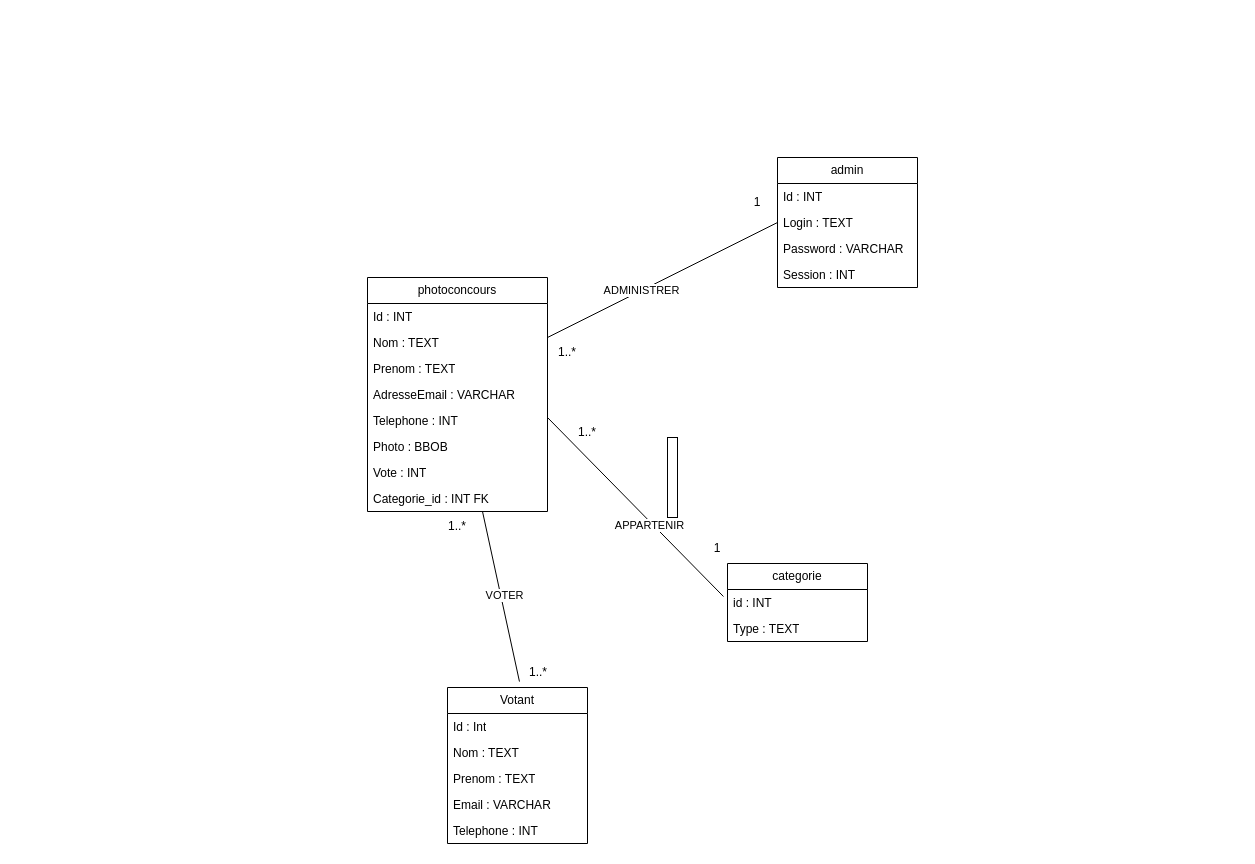
Above: Diagramme sans nom.drawio in Bastien64/StudioImageInConcoursV2 (draw.io), before the change. Source tidied: cells renumbered, new cells numbered last; positions are measured from the earlier drawing's top-left corner, leaving out a move shared by most shapes. Both pictures are drawn from the tidied source at 100%, with x=0, y=0 at pixel (367, 157).
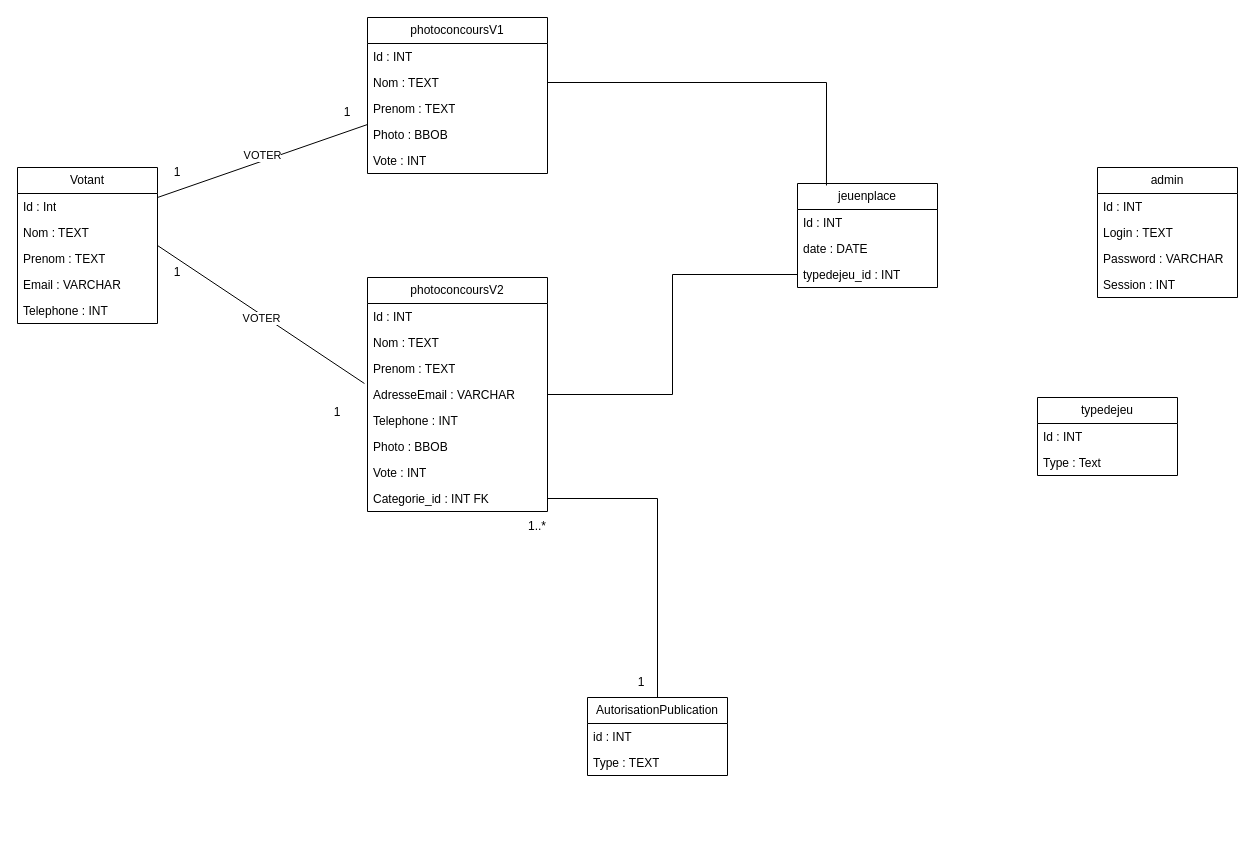
After the change.

Commit message:
Mettre à jour Diagramme sans nom.drawio

Unchanged cells that the change refers to:
```xml
<mxCell id="6" value="AdresseEmail : VARCHAR" style="text;strokeColor=none;fillColor=none;align=left;verticalAlign=top;spacingLeft=4;spacingRight=4;overflow=hidden;points=[[0,0.5],[1,0.5]];portConstraint=eastwest;whiteSpace=wrap;html=1;" parent="2" vertex="1">
  <mxGeometry y="104" width="180" height="26" as="geometry" />
</mxCell>
<mxCell id="10" value="Categorie_id : INT FK" style="text;strokeColor=none;fillColor=none;align=left;verticalAlign=top;spacingLeft=4;spacingRight=4;overflow=hidden;points=[[0,0.5],[1,0.5]];portConstraint=eastwest;whiteSpace=wrap;html=1;" parent="2" vertex="1">
  <mxGeometry y="208" width="180" height="26" as="geometry" />
</mxCell>
<mxCell id="17" value="id : INT" style="text;strokeColor=none;fillColor=none;align=left;verticalAlign=top;spacingLeft=4;spacingRight=4;overflow=hidden;points=[[0,0.5],[1,0.5]];portConstraint=eastwest;whiteSpace=wrap;html=1;" parent="16" vertex="1">
  <mxGeometry y="26" width="140" height="26" as="geometry" />
</mxCell>
```

What changed in the source:
```diff
@@
-    <mxCell id="2" value="photoconcours" style="swimlane;fontStyle=0;horizontal=1;startSize=26;fillColor=none;whiteSpace=wrap;html=1;" parent="1" vertex="1">
+    <mxCell id="2" value="photoconcoursV2" style="swimlane;fontStyle=0;horizontal=1;startSize=26;fillColor=none;whiteSpace=wrap;html=1;" parent="1" vertex="1">
       <mxGeometry y="120" width="180" height="234" as="geometry" />
     </mxCell>
@@
-    <mxCell id="11" value="admin" style="swimlane;fontStyle=0;horizontal=1;startSize=26;fillColor=none;whiteSpace=wrap;html=1;" parent="1" vertex="1">
-      <mxGeometry x="410" width="140" height="130" as="geometry" />
-    </mxCell>
-    <mxCell id="12" value="Id : INT" style="text;strokeColor=none;fillColor=none;align=left;verticalAlign=top;spacingLeft=4;spacingRight=4;overflow=hidden;whiteSpace=wrap;html=1;" parent="11" vertex="1">
-      <mxGeometry y="26" width="140" height="26" as="geometry" />
-    </mxCell>
-    <mxCell id="13" value="Login : TEXT" style="text;strokeColor=none;fillColor=none;align=left;verticalAlign=top;spacingLeft=4;spacingRight=4;overflow=hidden;points=[[0,0.5],[1,0.5]];portConstraint=eastwest;whiteSpace=wrap;html=1;" parent="11" vertex="1">
-      <mxGeometry y="52" width="140" height="26" as="geometry" />
-    </mxCell>
-    <mxCell id="14" value="Password : VARCHAR" style="text;strokeColor=none;fillColor=none;align=left;verticalAlign=top;spacingLeft=4;spacingRight=4;overflow=hidden;whiteSpace=wrap;html=1;" parent="11" vertex="1">
-      <mxGeometry y="78" width="140" height="26" as="geometry" />
-    </mxCell>
-    <mxCell id="15" value="Session : INT" style="text;strokeColor=none;fillColor=none;align=left;verticalAlign=top;spacingLeft=4;spacingRight=4;overflow=hidden;whiteSpace=wrap;html=1;" parent="11" vertex="1">
-      <mxGeometry y="104" width="140" height="26" as="geometry" />
-    </mxCell>
+    <mxCell id="38" style="edgeStyle=orthogonalEdgeStyle;rounded=0;jettySize=auto;html=1;endArrow=none;endFill=0;" parent="1" edge="1" source="16" target="10">
+      <mxGeometry relative="1" as="geometry" />
+    </mxCell>
-    <mxCell id="16" value="categorie" style="swimlane;fontStyle=0;horizontal=1;startSize=26;fillColor=none;whiteSpace=wrap;html=1;" parent="1" vertex="1">
-      <mxGeometry x="360" y="406" width="140" height="78" as="geometry" />
+    <mxCell id="16" value="AutorisationPublication" style="swimlane;fontStyle=0;horizontal=1;startSize=26;fillColor=none;whiteSpace=wrap;html=1;" parent="1" vertex="1">
+      <mxGeometry x="220" y="540" width="140" height="78" as="geometry" />
     </mxCell>
@@
-    <mxCell id="19" style="endArrow=none;html=1;rounded=0;entryX=0;entryY=0.5;entryDx=0;entryDy=0;" parent="1" edge="1" target="13">
-      <mxGeometry relative="1" as="geometry">
-        <mxPoint x="180" y="180" as="sourcePoint" />
-      </mxGeometry>
-    </mxCell>
-    <mxCell id="20" value="ADMINISTRER" style="edgeLabel;html=1;align=center;verticalAlign=middle;" parent="19" vertex="1">
-      <mxGeometry x="-0.18" y="1" relative="1" as="geometry" />
-    </mxCell>
-    <mxCell id="21" style="endArrow=none;html=1;rounded=0;entryX=-0.029;entryY=0.269;entryDx=0;entryDy=0;entryPerimeter=0;" parent="1" edge="1" target="17">
-      <mxGeometry relative="1" as="geometry">
-        <mxPoint x="180" y="260" as="sourcePoint" />
-      </mxGeometry>
-    </mxCell>
-    <mxCell id="22" value="APPARTENIR" style="edgeLabel;html=1;align=center;verticalAlign=middle;" parent="21" vertex="1">
-      <mxGeometry x="0.18" y="-3" relative="1" as="geometry" />
-    </mxCell>
-    <mxCell id="23" value="1" style="text;html=1;strokeColor=none;fillColor=none;align=center;verticalAlign=middle;whiteSpace=wrap;rounded=0;" parent="1" vertex="1">
-      <mxGeometry x="360" y="30" width="60" height="30" as="geometry" />
-    </mxCell>
-    <mxCell id="24" value="1..*" style="text;html=1;strokeColor=none;fillColor=none;align=center;verticalAlign=middle;whiteSpace=wrap;rounded=0;" parent="1" vertex="1">
-      <mxGeometry x="170" y="180" width="60" height="30" as="geometry" />
-    </mxCell>
-    <mxCell id="25" value="1..*" style="text;html=1;strokeColor=none;fillColor=none;align=center;verticalAlign=middle;whiteSpace=wrap;rounded=0;" parent="1" vertex="1">
-      <mxGeometry x="60" y="354" width="60" height="30" as="geometry" />
+    <mxCell id="25" value="1" style="text;html=1;strokeColor=none;fillColor=none;align=center;verticalAlign=middle;whiteSpace=wrap;rounded=0;" parent="1" vertex="1">
+      <mxGeometry x="-220" y="100" width="60" height="30" as="geometry" />
     </mxCell>
     <mxCell id="26" value="1" style="text;html=1;strokeColor=none;fillColor=none;align=center;verticalAlign=middle;whiteSpace=wrap;rounded=0;" parent="1" vertex="1">
-      <mxGeometry x="320" y="376" width="60" height="30" as="geometry" />
+      <mxGeometry x="244" y="510" width="60" height="30" as="geometry" />
     </mxCell>
     <mxCell id="27" value="Votant" style="swimlane;fontStyle=0;horizontal=1;startSize=26;fillColor=none;whiteSpace=wrap;html=1;" parent="1" vertex="1">
-      <mxGeometry x="80" y="530" width="140" height="156" as="geometry" />
+      <mxGeometry x="-350" y="10" width="140" height="156" as="geometry" />
     </mxCell>
@@
-    <mxCell id="33" style="endArrow=none;html=1;rounded=0;exitX=0.514;exitY=-0.038;exitDx=0;exitDy=0;exitPerimeter=0;" parent="1" edge="1" source="27">
-      <mxGeometry relative="1" as="geometry">
-        <mxPoint x="115" y="354" as="targetPoint" />
-      </mxGeometry>
+    <mxCell id="33" style="endArrow=none;html=1;rounded=0;exitX=1;exitY=0.5;exitDx=0;exitDy=0;entryX=-0.017;entryY=0.077;entryDx=0;entryDy=0;entryPerimeter=0;" parent="1" edge="1" source="27" target="6">
+      <mxGeometry relative="1" as="geometry" />
     </mxCell>
@@
     <mxCell id="35" value="1..*" style="text;html=1;strokeColor=none;fillColor=none;align=center;verticalAlign=middle;whiteSpace=wrap;rounded=0;" parent="1" vertex="1">
-      <mxGeometry x="190" y="260" width="60" height="30" as="geometry" />
+      <mxGeometry x="140" y="354" width="60" height="30" as="geometry" />
     </mxCell>
-    <mxCell id="36" value="1..*" style="text;html=1;strokeColor=none;fillColor=none;align=center;verticalAlign=middle;whiteSpace=wrap;rounded=0;" parent="1" vertex="1">
-      <mxGeometry x="141" y="500" width="60" height="30" as="geometry" />
+    <mxCell id="36" value="1" style="text;html=1;strokeColor=none;fillColor=none;align=center;verticalAlign=middle;whiteSpace=wrap;rounded=0;" parent="1" vertex="1">
+      <mxGeometry x="-60" y="240" width="60" height="30" as="geometry" />
     </mxCell>
-    <mxCell id="37" style="html=1;perimeter=orthogonalPerimeter;targetShapes=umlLifeline;newEdgeStyle={&quot;curved&quot;:0,&quot;rounded&quot;:0};" parent="1" vertex="1">
-      <mxGeometry x="300" y="280" width="10" height="80" as="geometry" />
-    </mxCell>
+    <mxCell id="39" value="photoconcoursV1" style="swimlane;fontStyle=0;horizontal=1;startSize=26;fillColor=none;whiteSpace=wrap;html=1;" parent="1" vertex="1">
+      <mxGeometry y="-140" width="180" height="156" as="geometry" />
+    </mxCell>
+    <mxCell id="40" value="Id : INT" style="text;strokeColor=none;fillColor=none;align=left;verticalAlign=top;spacingLeft=4;spacingRight=4;overflow=hidden;whiteSpace=wrap;html=1;" parent="39" vertex="1">
+      <mxGeometry y="26" width="180" height="26" as="geometry" />
+    </mxCell>
+    <mxCell id="41" value="Nom : TEXT" style="text;strokeColor=none;fillColor=none;align=left;verticalAlign=top;spacingLeft=4;spacingRight=4;overflow=hidden;points=[[0,0.5],[1,0.5]];portConstraint=eastwest;whiteSpace=wrap;html=1;" parent="39" vertex="1">
+      <mxGeometry y="52" width="180" height="26" as="geometry" />
+    </mxCell>
+    <mxCell id="42" value="Prenom : TEXT" style="text;strokeColor=none;fillColor=none;align=left;verticalAlign=top;spacingLeft=4;spacingRight=4;overflow=hidden;whiteSpace=wrap;html=1;" parent="39" vertex="1">
+      <mxGeometry y="78" width="180" height="26" as="geometry" />
+    </mxCell>
+    <mxCell id="43" value="Photo : BBOB" style="text;strokeColor=none;fillColor=none;align=left;verticalAlign=top;spacingLeft=4;spacingRight=4;overflow=hidden;whiteSpace=wrap;html=1;" parent="39" vertex="1">
+      <mxGeometry y="104" width="180" height="26" as="geometry" />
+    </mxCell>
+    <mxCell id="44" value="Vote : INT" style="text;strokeColor=none;fillColor=none;align=left;verticalAlign=top;spacingLeft=4;spacingRight=4;overflow=hidden;whiteSpace=wrap;html=1;" parent="39" vertex="1">
+      <mxGeometry y="130" width="180" height="26" as="geometry" />
+    </mxCell>
+    <mxCell id="45" style="endArrow=none;html=1;rounded=0;entryX=0;entryY=0.115;entryDx=0;entryDy=0;entryPerimeter=0;" parent="1" edge="1">
+      <mxGeometry relative="1" as="geometry">
+        <mxPoint x="-210" y="40" as="sourcePoint" />
+        <mxPoint y="-33" as="targetPoint" />
+      </mxGeometry>
+    </mxCell>
+    <mxCell id="46" value="VOTER" style="edgeLabel;html=1;align=center;verticalAlign=middle;" parent="1" vertex="1">
+      <mxGeometry x="-97.7" y="180" as="geometry">
+        <mxPoint x="-8" y="-183" as="offset" />
+      </mxGeometry>
+    </mxCell>
+    <mxCell id="47" value="1" style="text;html=1;strokeColor=none;fillColor=none;align=center;verticalAlign=middle;whiteSpace=wrap;rounded=0;" parent="1" vertex="1">
+      <mxGeometry x="-220" width="60" height="30" as="geometry" />
+    </mxCell>
+    <mxCell id="48" value="1" style="text;html=1;strokeColor=none;fillColor=none;align=center;verticalAlign=middle;whiteSpace=wrap;rounded=0;" parent="1" vertex="1">
+      <mxGeometry x="-50" y="-60" width="60" height="30" as="geometry" />
+    </mxCell>
+    <mxCell id="11" value="admin" style="swimlane;fontStyle=0;horizontal=1;startSize=26;fillColor=none;whiteSpace=wrap;html=1;" parent="1" vertex="1">
+      <mxGeometry x="730" y="10" width="140" height="130" as="geometry" />
+    </mxCell>
+    <mxCell id="12" value="Id : INT" style="text;strokeColor=none;fillColor=none;align=left;verticalAlign=top;spacingLeft=4;spacingRight=4;overflow=hidden;whiteSpace=wrap;html=1;" parent="11" vertex="1">
+      <mxGeometry y="26" width="140" height="26" as="geometry" />
+    </mxCell>
+    <mxCell id="13" value="Login : TEXT" style="text;strokeColor=none;fillColor=none;align=left;verticalAlign=top;spacingLeft=4;spacingRight=4;overflow=hidden;points=[[0,0.5],[1,0.5]];portConstraint=eastwest;whiteSpace=wrap;html=1;" parent="11" vertex="1">
+      <mxGeometry y="52" width="140" height="26" as="geometry" />
+    </mxCell>
+    <mxCell id="14" value="Password : VARCHAR" style="text;strokeColor=none;fillColor=none;align=left;verticalAlign=top;spacingLeft=4;spacingRight=4;overflow=hidden;whiteSpace=wrap;html=1;" parent="11" vertex="1">
+      <mxGeometry y="78" width="140" height="26" as="geometry" />
+    </mxCell>
+    <mxCell id="15" value="Session : INT" style="text;strokeColor=none;fillColor=none;align=left;verticalAlign=top;spacingLeft=4;spacingRight=4;overflow=hidden;whiteSpace=wrap;html=1;" parent="11" vertex="1">
+      <mxGeometry y="104" width="140" height="26" as="geometry" />
+    </mxCell>
+    <mxCell id="49" value="jeuenplace" style="swimlane;fontStyle=0;horizontal=1;startSize=26;fillColor=none;whiteSpace=wrap;html=1;" parent="1" vertex="1">
+      <mxGeometry x="430" y="26" width="140" height="104" as="geometry" />
+    </mxCell>
+    <mxCell id="50" value="Id : INT" style="text;strokeColor=none;fillColor=none;align=left;verticalAlign=top;spacingLeft=4;spacingRight=4;overflow=hidden;whiteSpace=wrap;html=1;" parent="49" vertex="1">
+      <mxGeometry y="26" width="140" height="26" as="geometry" />
+    </mxCell>
+    <mxCell id="51" value="date : DATE" style="text;strokeColor=none;fillColor=none;align=left;verticalAlign=top;spacingLeft=4;spacingRight=4;overflow=hidden;whiteSpace=wrap;html=1;" parent="49" vertex="1">
+      <mxGeometry y="52" width="140" height="26" as="geometry" />
+    </mxCell>
+    <mxCell id="52" value="typedejeu_id : INT" style="text;strokeColor=none;fillColor=none;align=left;verticalAlign=top;spacingLeft=4;spacingRight=4;overflow=hidden;points=[[0,0.5],[1,0.5]];portConstraint=eastwest;whiteSpace=wrap;html=1;" parent="49" vertex="1">
+      <mxGeometry y="78" width="140" height="26" as="geometry" />
+    </mxCell>
+    <mxCell id="53" value="typedejeu" style="swimlane;fontStyle=0;horizontal=1;startSize=26;fillColor=none;whiteSpace=wrap;html=1;" parent="1" vertex="1">
+      <mxGeometry x="670" y="240" width="140" height="78" as="geometry" />
+    </mxCell>
+    <mxCell id="54" value="Id : INT" style="text;strokeColor=none;fillColor=none;align=left;verticalAlign=top;spacingLeft=4;spacingRight=4;overflow=hidden;whiteSpace=wrap;html=1;" parent="53" vertex="1">
+      <mxGeometry y="26" width="140" height="26" as="geometry" />
+    </mxCell>
+    <mxCell id="55" value="Type : Text" style="text;strokeColor=none;fillColor=none;align=left;verticalAlign=top;spacingLeft=4;spacingRight=4;overflow=hidden;whiteSpace=wrap;html=1;" parent="53" vertex="1">
+      <mxGeometry y="52" width="140" height="26" as="geometry" />
+    </mxCell>
+    <mxCell id="56" style="edgeStyle=orthogonalEdgeStyle;rounded=0;jettySize=auto;html=1;endArrow=none;endFill=0;" parent="1" edge="1" source="6" target="52">
+      <mxGeometry relative="1" as="geometry" />
+    </mxCell>
+    <mxCell id="57" style="edgeStyle=orthogonalEdgeStyle;rounded=0;jettySize=auto;html=1;entryX=0.207;entryY=0.019;entryDx=0;entryDy=0;entryPerimeter=0;endArrow=none;endFill=0;" parent="1" edge="1" source="41" target="49">
+      <mxGeometry relative="1" as="geometry" />
+    </mxCell>
```
